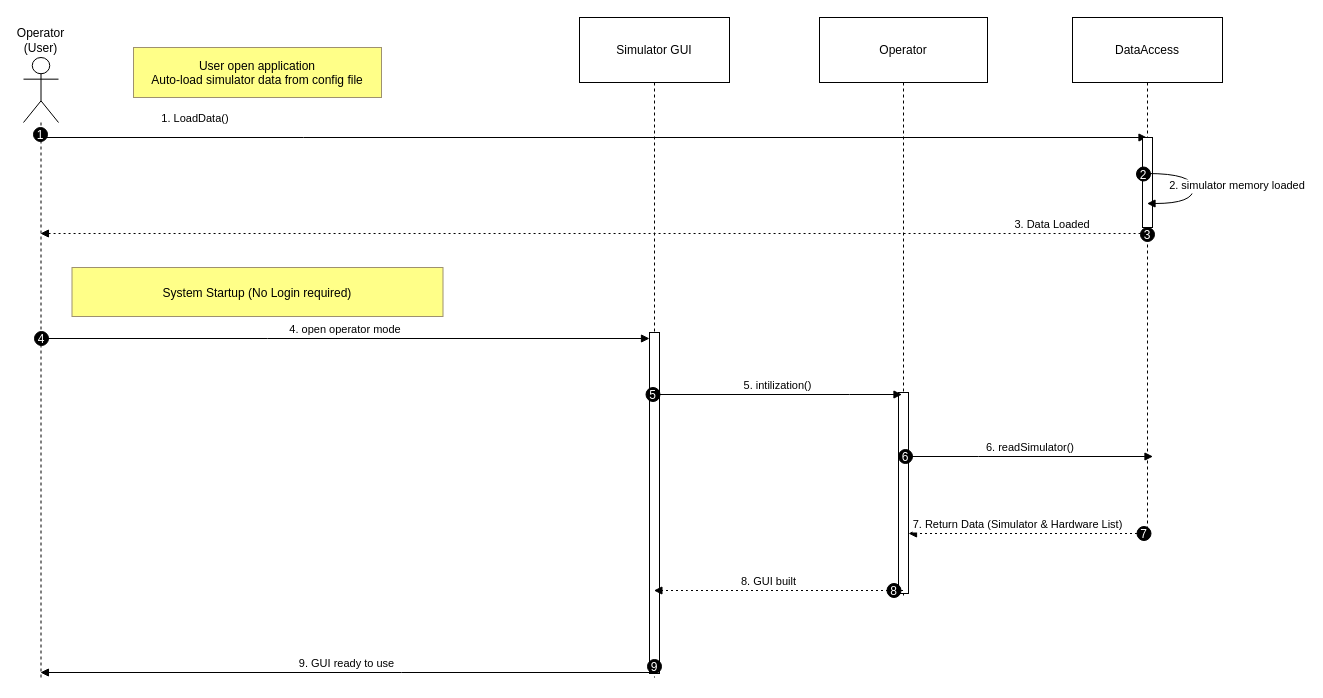
Before: page "User_Login_Usecase" (1 of 9) of Usecase1.drawio in EliyaMalka/Drawio, a draw.io diagram. Source tidied: cells renumbered, new cells numbered last; positions are measured from the earlier drawing's top-left corner, leaving out a move shared by most shapes. Both pictures are drawn from the tidied source at 100%, with x=0, y=0 at pixel (23, 17).
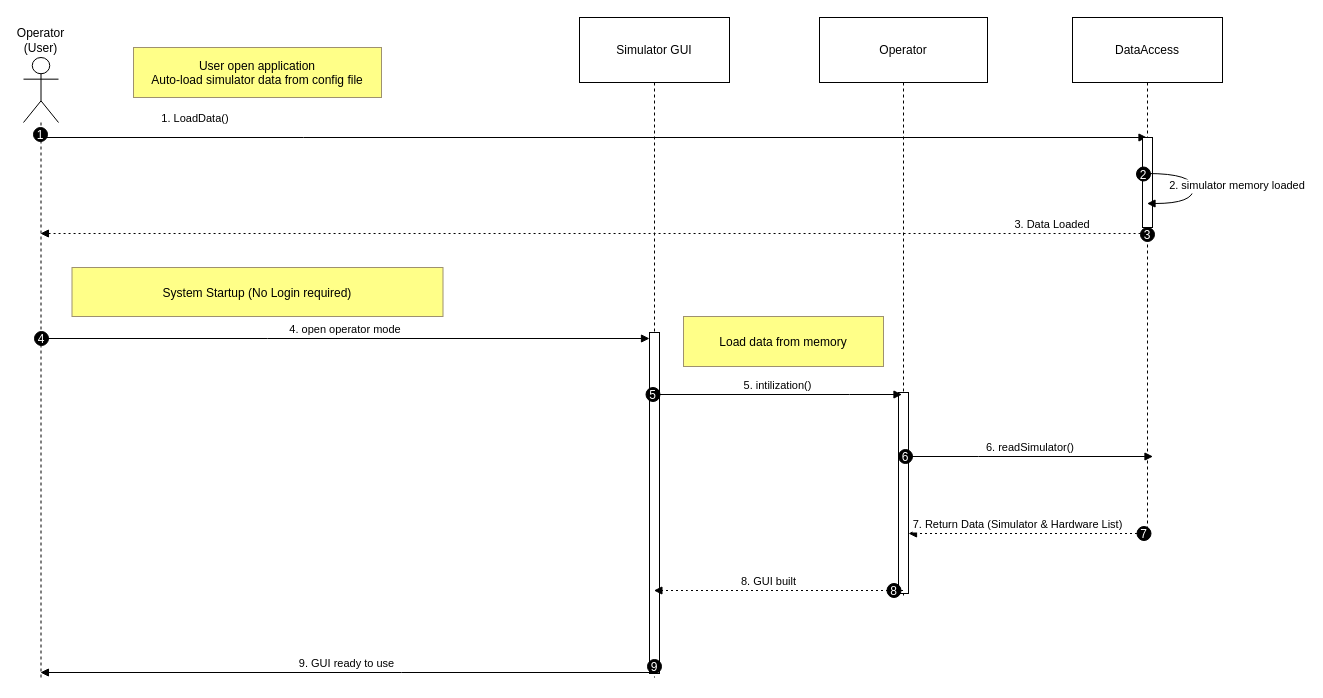
After the change.

Diff of the diagram source:
```diff
@@
+    <mxCell id="30" value="Load data from memory" style="fillColor=#ffff88;strokeColor=#9E916F;" parent="1" vertex="1">
+      <mxGeometry x="660" y="299" width="200" height="50" as="geometry" />
+    </mxCell>
```
